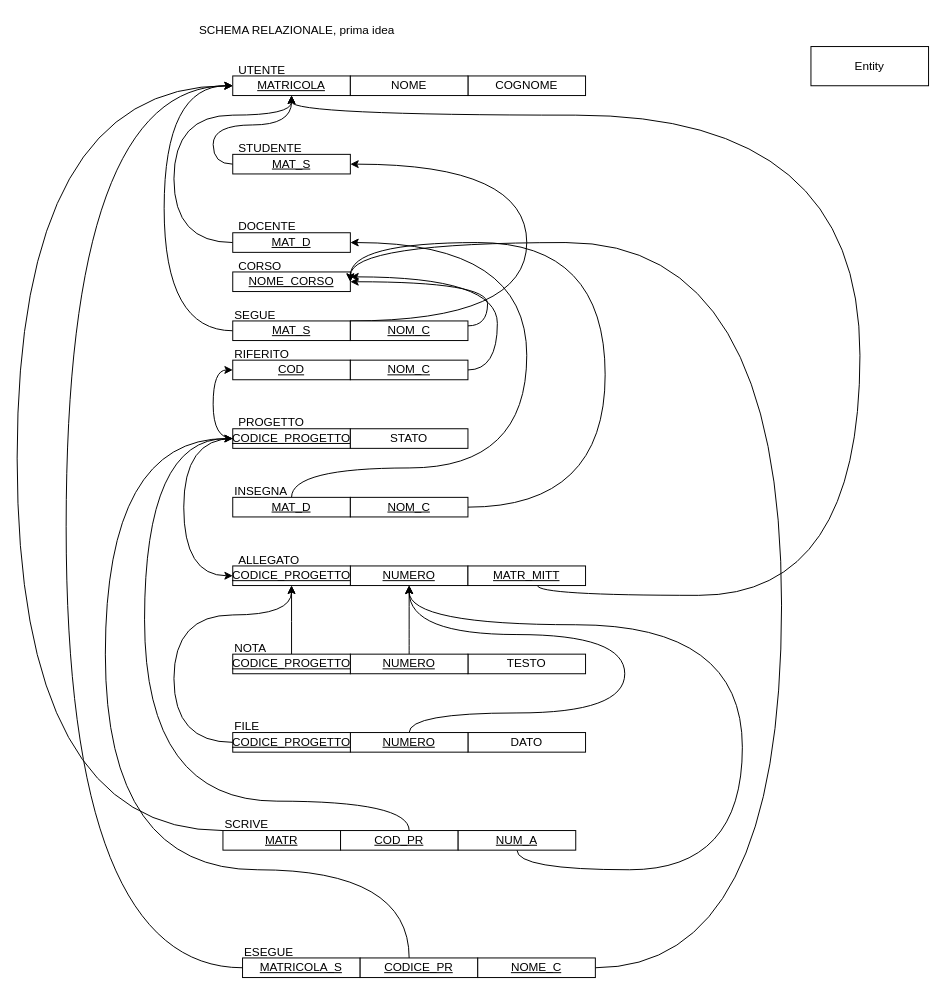
Before: page "Page-4" (4 of 4) of prisa_eer.drawio in Cippo95/prisa, a draw.io diagram. Source tidied: cells renumbered, new cells numbered last; positions are measured from the earlier drawing's top-left corner, leaving out a move shared by most shapes. Both pictures are drawn from the tidied source at 98%, with x=0, y=0 at pixel (17, 17).
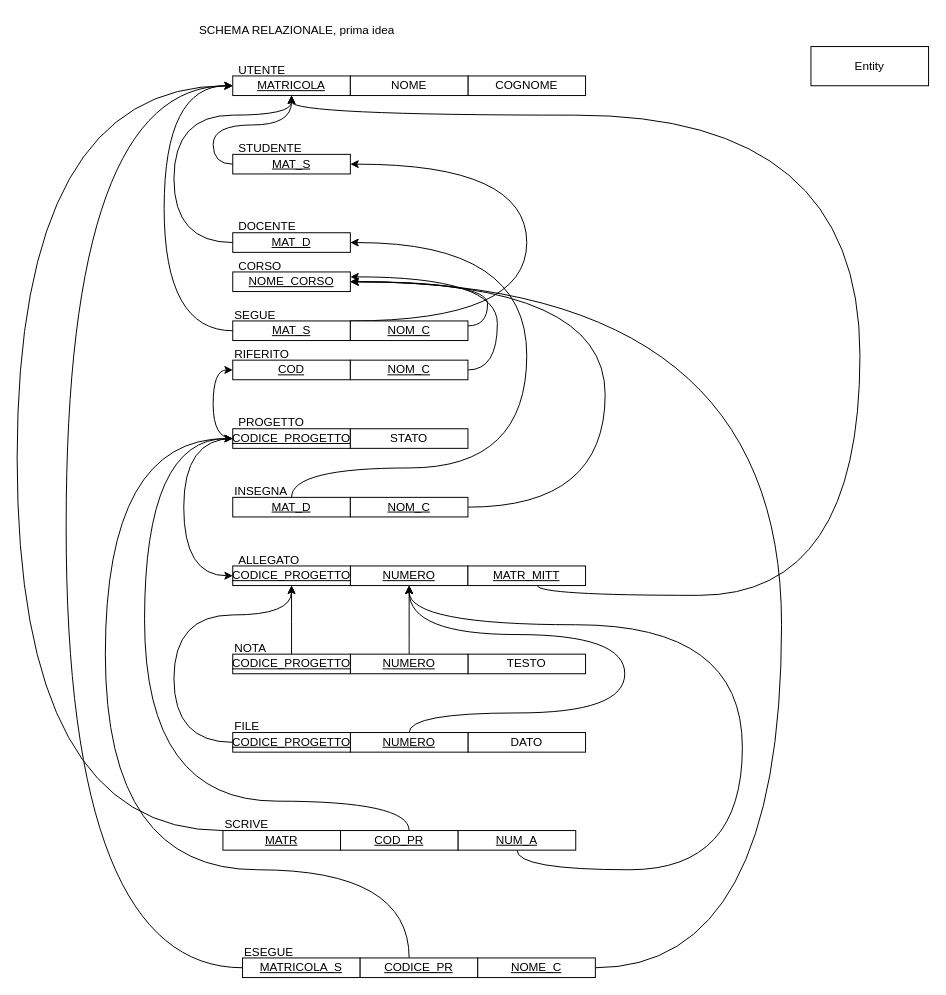
Above is the later version.

Unchanged cells that the change refers to:
```xml
<mxCell id="5" value="&lt;u&gt;NOME_CORSO&lt;/u&gt;" style="whiteSpace=wrap;html=1;align=center;" parent="1" vertex="1">
  <mxGeometry x="220" y="260" width="120" height="20" as="geometry" />
</mxCell>
<mxCell id="40" value="&lt;u&gt;NOM_C&lt;/u&gt;" style="whiteSpace=wrap;html=1;align=center;" parent="1" vertex="1">
  <mxGeometry x="340" y="490" width="120" height="20" as="geometry" />
</mxCell>
<mxCell id="44" value="&lt;u&gt;NOME_C&lt;/u&gt;" style="whiteSpace=wrap;html=1;align=center;" parent="1" vertex="1">
  <mxGeometry x="470" y="960" width="120" height="20" as="geometry" />
</mxCell>
```

What changed in the source:
```diff
@@
+    <mxCell id="67" style="edgeStyle=orthogonalEdgeStyle;curved=1;rounded=0;jettySize=auto;html=1;exitX=1;exitY=0.25;exitDx=0;exitDy=0;endSize=6;" parent="1" edge="1" source="5">
+      <mxGeometry relative="1" as="geometry">
+        <mxPoint x="340.1" y="264.9" as="targetPoint" />
+      </mxGeometry>
+    </mxCell>
@@
     <mxCell id="39" style="edgeStyle=orthogonalEdgeStyle;curved=1;rounded=0;jettySize=auto;html=1;entryX=1;entryY=0.5;entryDx=0;entryDy=0;endSize=6;" parent="1" edge="1" source="40" target="5">
       <mxGeometry relative="1" as="geometry">
         <Array as="points">
           <mxPoint x="600" y="500" />
-          <mxPoint x="600" y="230" />
+          <mxPoint x="600" y="270" />
         </Array>
       </mxGeometry>
     </mxCell>
@@
     <mxCell id="43" style="edgeStyle=orthogonalEdgeStyle;curved=1;rounded=0;jettySize=auto;html=1;entryX=1;entryY=0.5;entryDx=0;entryDy=0;endSize=6;" parent="1" edge="1" source="44" target="5">
       <mxGeometry relative="1" as="geometry">
         <Array as="points">
           <mxPoint x="780" y="970" />
-          <mxPoint x="780" y="230" />
+          <mxPoint x="780" y="270" />
         </Array>
       </mxGeometry>
     </mxCell>
```
